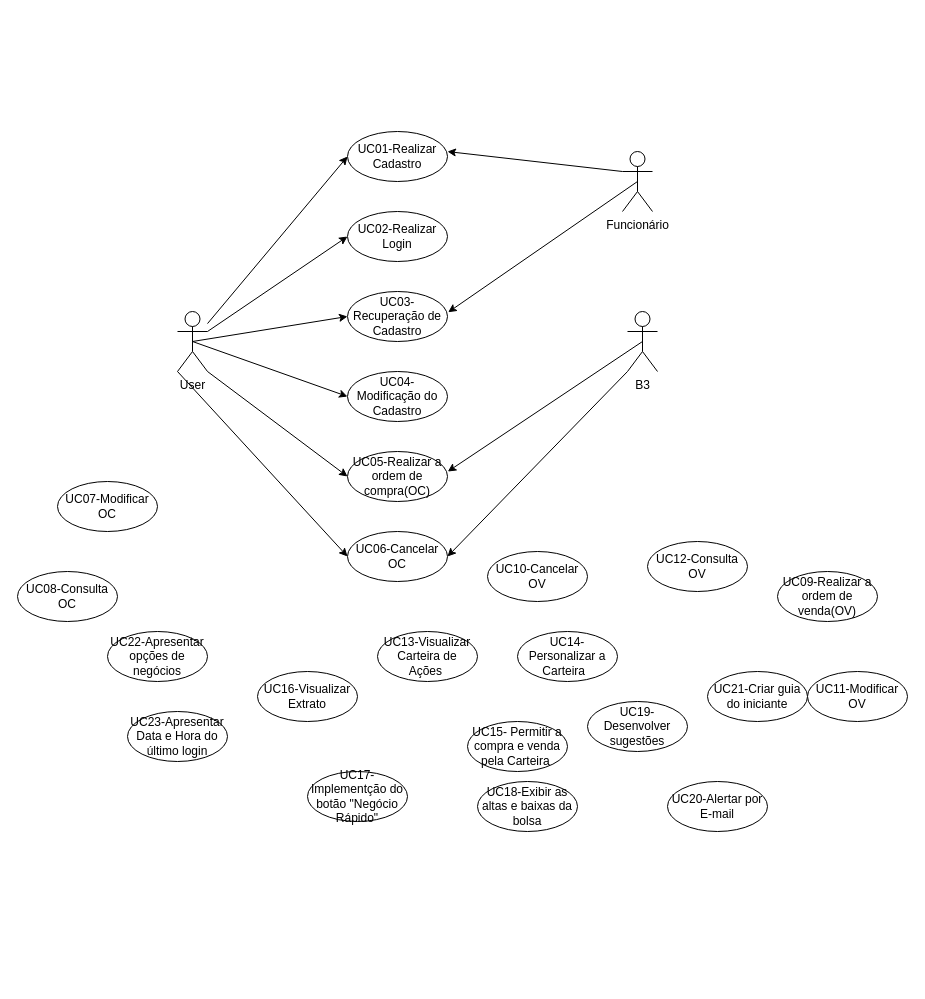
Before: Casos de Uso.drawio in JesCat16/Projeto01_Modelagem_De_Software, a draw.io diagram. Source tidied: cells renumbered, new cells numbered last; positions are measured from the earlier drawing's top-left corner, leaving out a move shared by most shapes. Both pictures are drawn from the tidied source at 100%, with x=0, y=0 at pixel (17, 131).
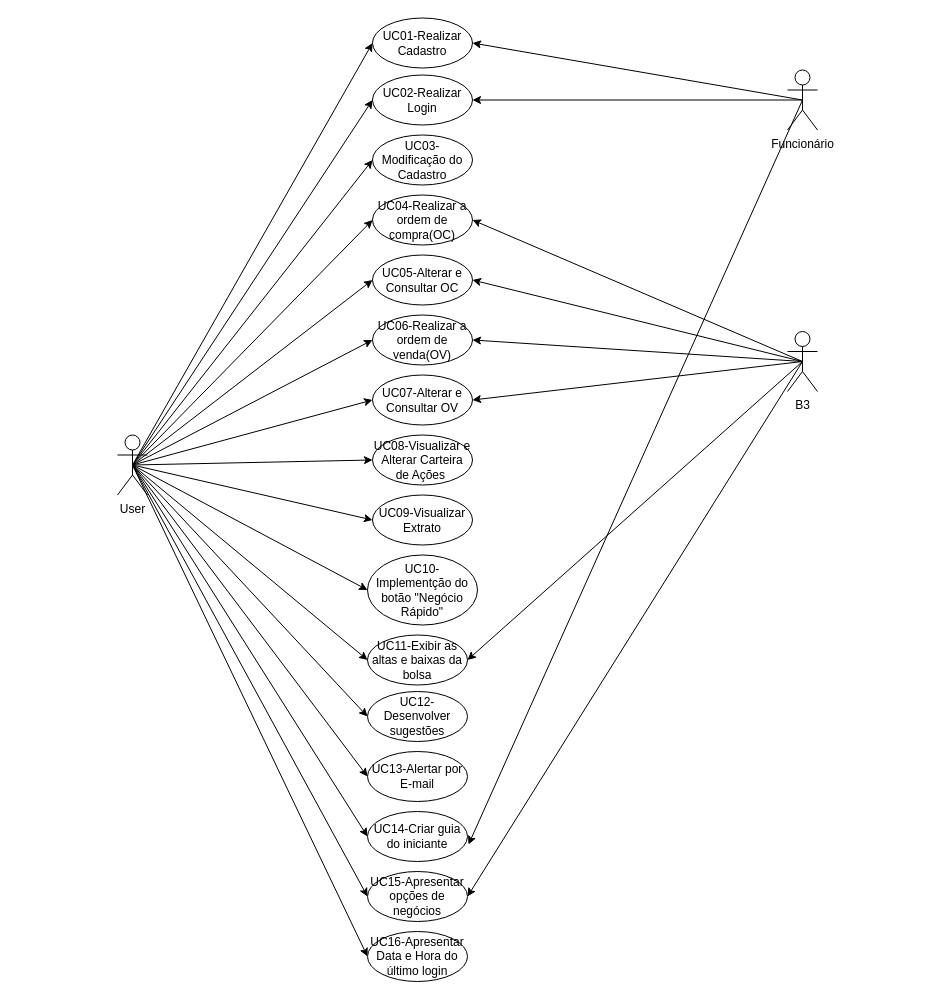
Above is the later version.

Diff of the diagram source:
```diff
@@
-    <mxCell id="2" style="rounded=0;jettySize=auto;html=1;exitX=0.5;exitY=0.5;exitDx=0;exitDy=0;exitPerimeter=0;entryX=0;entryY=0.5;entryDx=0;entryDy=0;" parent="1" edge="1" source="7" target="13">
-      <mxGeometry relative="1" as="geometry" />
-    </mxCell>
+    <mxCell id="38" style="edgeStyle=none;rounded=0;jettySize=auto;html=1;exitX=0.5;exitY=0.5;exitDx=0;exitDy=0;exitPerimeter=0;entryX=0;entryY=0.5;entryDx=0;entryDy=0;" parent="1" edge="1" source="7" target="11">
+      <mxGeometry relative="1" as="geometry" />
+    </mxCell>
-    <mxCell id="3" style="rounded=0;jettySize=auto;html=1;exitX=1;exitY=0.3333333333333333;exitDx=0;exitDy=0;exitPerimeter=0;entryX=0;entryY=0.5;entryDx=0;entryDy=0;" parent="1" edge="1" source="7" target="12">
+    <mxCell id="3" style="edgeStyle=none;rounded=0;jettySize=auto;html=1;exitX=0.5;exitY=0.5;exitDx=0;exitDy=0;exitPerimeter=0;entryX=0;entryY=0.5;entryDx=0;entryDy=0;" parent="1" edge="1" source="7" target="12">
       <mxGeometry relative="1" as="geometry" />
     </mxCell>
-    <mxCell id="4" style="rounded=0;jettySize=auto;html=1;exitX=0.5;exitY=0.5;exitDx=0;exitDy=0;exitPerimeter=0;entryX=0;entryY=0.5;entryDx=0;entryDy=0;" parent="1" edge="1" source="7" target="14">
+    <mxCell id="4" style="edgeStyle=none;rounded=0;jettySize=auto;html=1;exitX=0.5;exitY=0.5;exitDx=0;exitDy=0;exitPerimeter=0;entryX=0;entryY=0.5;entryDx=0;entryDy=0;" parent="1" edge="1" source="7" target="14">
       <mxGeometry relative="1" as="geometry" />
     </mxCell>
-    <mxCell id="5" style="rounded=0;jettySize=auto;html=1;exitX=1;exitY=1;exitDx=0;exitDy=0;exitPerimeter=0;entryX=0;entryY=0.5;entryDx=0;entryDy=0;" parent="1" edge="1" source="7" target="15">
+    <mxCell id="5" style="edgeStyle=none;rounded=0;jettySize=auto;html=1;exitX=0.5;exitY=0.5;exitDx=0;exitDy=0;exitPerimeter=0;entryX=0;entryY=0.5;entryDx=0;entryDy=0;" parent="1" edge="1" source="7" target="15">
       <mxGeometry relative="1" as="geometry" />
     </mxCell>
-    <mxCell id="6" style="rounded=0;jettySize=auto;html=1;exitX=0;exitY=1;exitDx=0;exitDy=0;exitPerimeter=0;entryX=0;entryY=0.5;entryDx=0;entryDy=0;" parent="1" edge="1" source="7" target="16">
+    <mxCell id="6" style="edgeStyle=none;rounded=0;jettySize=auto;html=1;exitX=0.5;exitY=0.5;exitDx=0;exitDy=0;exitPerimeter=0;entryX=0;entryY=0.5;entryDx=0;entryDy=0;" parent="1" edge="1" source="7" target="16">
       <mxGeometry relative="1" as="geometry" />
     </mxCell>
+    <mxCell id="39" style="edgeStyle=none;rounded=0;jettySize=auto;html=1;exitX=0.5;exitY=0.5;exitDx=0;exitDy=0;exitPerimeter=0;entryX=0;entryY=0.5;entryDx=0;entryDy=0;" parent="1" edge="1" source="7" target="19">
+      <mxGeometry relative="1" as="geometry" />
+    </mxCell>
+    <mxCell id="40" style="edgeStyle=none;rounded=0;jettySize=auto;html=1;exitX=0.5;exitY=0.5;exitDx=0;exitDy=0;exitPerimeter=0;entryX=0;entryY=0.5;entryDx=0;entryDy=0;" parent="1" edge="1" source="7" target="23">
+      <mxGeometry relative="1" as="geometry" />
+    </mxCell>
+    <mxCell id="41" style="edgeStyle=none;rounded=0;jettySize=auto;html=1;exitX=0.5;exitY=0.5;exitDx=0;exitDy=0;exitPerimeter=0;entryX=0;entryY=0.5;entryDx=0;entryDy=0;" parent="1" edge="1" source="7" target="20">
+      <mxGeometry relative="1" as="geometry" />
+    </mxCell>
+    <mxCell id="42" style="edgeStyle=none;rounded=0;jettySize=auto;html=1;exitX=0.5;exitY=0.5;exitDx=0;exitDy=0;exitPerimeter=0;entryX=0;entryY=0.5;entryDx=0;entryDy=0;" parent="1" edge="1" source="7" target="26">
+      <mxGeometry relative="1" as="geometry" />
+    </mxCell>
+    <mxCell id="43" style="edgeStyle=none;rounded=0;jettySize=auto;html=1;exitX=0.5;exitY=0.5;exitDx=0;exitDy=0;exitPerimeter=0;entryX=0;entryY=0.5;entryDx=0;entryDy=0;" parent="1" edge="1" source="7" target="27">
+      <mxGeometry relative="1" as="geometry" />
+    </mxCell>
+    <mxCell id="44" style="edgeStyle=none;rounded=0;jettySize=auto;html=1;exitX=0.5;exitY=0.5;exitDx=0;exitDy=0;exitPerimeter=0;entryX=0;entryY=0.5;entryDx=0;entryDy=0;" parent="1" edge="1" source="7" target="28">
+      <mxGeometry relative="1" as="geometry" />
+    </mxCell>
+    <mxCell id="45" style="edgeStyle=none;rounded=0;jettySize=auto;html=1;exitX=0.5;exitY=0.5;exitDx=0;exitDy=0;exitPerimeter=0;entryX=0;entryY=0.5;entryDx=0;entryDy=0;" parent="1" edge="1" source="7" target="29">
+      <mxGeometry relative="1" as="geometry" />
+    </mxCell>
+    <mxCell id="46" style="edgeStyle=none;rounded=0;jettySize=auto;html=1;exitX=0.5;exitY=0.5;exitDx=0;exitDy=0;exitPerimeter=0;entryX=0;entryY=0.5;entryDx=0;entryDy=0;" parent="1" edge="1" source="7" target="30">
+      <mxGeometry relative="1" as="geometry" />
+    </mxCell>
+    <mxCell id="47" style="edgeStyle=none;rounded=0;jettySize=auto;html=1;exitX=0.5;exitY=0.5;exitDx=0;exitDy=0;exitPerimeter=0;entryX=0;entryY=0.5;entryDx=0;entryDy=0;" parent="1" edge="1" source="7" target="31">
+      <mxGeometry relative="1" as="geometry" />
+    </mxCell>
+    <mxCell id="48" style="edgeStyle=none;rounded=0;jettySize=auto;html=1;exitX=0.5;exitY=0.5;exitDx=0;exitDy=0;exitPerimeter=0;entryX=0;entryY=0.5;entryDx=0;entryDy=0;" parent="1" edge="1" source="7" target="32">
+      <mxGeometry relative="1" as="geometry" />
+    </mxCell>
+    <mxCell id="49" style="edgeStyle=none;rounded=0;jettySize=auto;html=1;exitX=0.5;exitY=0.5;exitDx=0;exitDy=0;exitPerimeter=0;entryX=0;entryY=0.5;entryDx=0;entryDy=0;" parent="1" edge="1" source="7" target="33">
+      <mxGeometry relative="1" as="geometry" />
+    </mxCell>
     <mxCell id="7" value="User" style="shape=umlActor;verticalLabelPosition=bottom;verticalAlign=top;html=1;outlineConnect=0;" parent="1" vertex="1">
-      <mxGeometry x="160" y="180" width="30" height="60" as="geometry" />
+      <mxGeometry x="100" y="303.5" width="30" height="60" as="geometry" />
     </mxCell>
+    <mxCell id="37" style="edgeStyle=none;rounded=0;jettySize=auto;html=1;exitX=0.5;exitY=0.5;exitDx=0;exitDy=0;exitPerimeter=0;entryX=1;entryY=0.5;entryDx=0;entryDy=0;" parent="1" edge="1" source="9" target="15">
+      <mxGeometry relative="1" as="geometry" />
+    </mxCell>
-    <mxCell id="8" style="rounded=0;jettySize=auto;html=1;exitX=0;exitY=1;exitDx=0;exitDy=0;exitPerimeter=0;entryX=1;entryY=0.5;entryDx=0;entryDy=0;" parent="1" edge="1" source="9" target="16">
+    <mxCell id="8" style="edgeStyle=none;rounded=0;jettySize=auto;html=1;exitX=0.5;exitY=0.5;exitDx=0;exitDy=0;exitPerimeter=0;entryX=1;entryY=0.5;entryDx=0;entryDy=0;" parent="1" edge="1" source="9" target="16">
       <mxGeometry relative="1" as="geometry" />
     </mxCell>
+    <mxCell id="50" style="edgeStyle=none;rounded=0;jettySize=auto;html=1;exitX=0.5;exitY=0.5;exitDx=0;exitDy=0;exitPerimeter=0;entryX=1;entryY=0.5;entryDx=0;entryDy=0;" parent="1" edge="1" source="9" target="19">
+      <mxGeometry relative="1" as="geometry" />
+    </mxCell>
+    <mxCell id="51" style="edgeStyle=none;rounded=0;jettySize=auto;html=1;exitX=0.5;exitY=0.5;exitDx=0;exitDy=0;exitPerimeter=0;entryX=1;entryY=0.5;entryDx=0;entryDy=0;" parent="1" edge="1" source="9" target="20">
+      <mxGeometry relative="1" as="geometry" />
+    </mxCell>
+    <mxCell id="52" style="edgeStyle=none;rounded=0;jettySize=auto;html=1;exitX=0.5;exitY=0.5;exitDx=0;exitDy=0;exitPerimeter=0;entryX=1;entryY=0.5;entryDx=0;entryDy=0;" parent="1" edge="1" source="9" target="28">
+      <mxGeometry relative="1" as="geometry" />
+    </mxCell>
+    <mxCell id="53" style="edgeStyle=none;rounded=0;jettySize=auto;html=1;exitX=0.5;exitY=0.5;exitDx=0;exitDy=0;exitPerimeter=0;entryX=1;entryY=0.5;entryDx=0;entryDy=0;" parent="1" edge="1" source="9" target="32">
+      <mxGeometry relative="1" as="geometry" />
+    </mxCell>
     <mxCell id="9" value="B3" style="shape=umlActor;verticalLabelPosition=bottom;verticalAlign=top;html=1;outlineConnect=0;" parent="1" vertex="1">
-      <mxGeometry x="610" y="180" width="30" height="60" as="geometry" />
+      <mxGeometry x="770" y="200" width="30" height="60" as="geometry" />
     </mxCell>
-    <mxCell id="10" style="rounded=0;jettySize=auto;html=1;exitX=0;exitY=0.5;exitDx=0;exitDy=0;startArrow=classic;startFill=1;endArrow=none;endFill=0;" parent="1" edge="1" source="11" target="7">
-      <mxGeometry relative="1" as="geometry" />
-    </mxCell>
     <mxCell id="11" value="UC01-Realizar Cadastro" style="ellipse;whiteSpace=wrap;html=1;" parent="1" vertex="1">
-      <mxGeometry x="330" width="100" height="50" as="geometry" />
+      <mxGeometry x="355" y="-113.5" width="100" height="50" as="geometry" />
     </mxCell>
     <mxCell id="12" value="UC02-Realizar Login" style="ellipse;whiteSpace=wrap;html=1;" parent="1" vertex="1">
-      <mxGeometry x="330" y="80" width="100" height="50" as="geometry" />
+      <mxGeometry x="355" y="-56.5" width="100" height="50" as="geometry" />
     </mxCell>
-    <mxCell id="13" value="UC03-Recuperação de Cadastro" style="ellipse;whiteSpace=wrap;html=1;" parent="1" vertex="1">
-      <mxGeometry x="330" y="160" width="100" height="50" as="geometry" />
-    </mxCell>
-    <mxCell id="14" value="UC04-Modificação do Cadastro" style="ellipse;whiteSpace=wrap;html=1;" parent="1" vertex="1">
-      <mxGeometry x="330" y="240" width="100" height="50" as="geometry" />
+    <mxCell id="14" value="UC03-Modificação do Cadastro" style="ellipse;whiteSpace=wrap;html=1;" parent="1" vertex="1">
+      <mxGeometry x="355" y="3.5" width="100" height="50" as="geometry" />
     </mxCell>
-    <mxCell id="15" value="UC05-Realizar a ordem de compra(OC)" style="ellipse;whiteSpace=wrap;html=1;" parent="1" vertex="1">
-      <mxGeometry x="330" y="320" width="100" height="50" as="geometry" />
+    <mxCell id="15" value="UC04-Realizar a ordem de compra(OC)" style="ellipse;whiteSpace=wrap;html=1;" parent="1" vertex="1">
+      <mxGeometry x="355" y="63.5" width="100" height="50" as="geometry" />
     </mxCell>
-    <mxCell id="16" value="UC06-Cancelar OC" style="ellipse;whiteSpace=wrap;html=1;" parent="1" vertex="1">
-      <mxGeometry x="330" y="400" width="100" height="50" as="geometry" />
+    <mxCell id="16" value="UC05-Alterar e Consultar OC" style="ellipse;whiteSpace=wrap;html=1;" parent="1" vertex="1">
+      <mxGeometry x="355" y="123.5" width="100" height="50" as="geometry" />
     </mxCell>
-    <mxCell id="17" value="UC07-Modificar OC" style="ellipse;whiteSpace=wrap;html=1;" parent="1" vertex="1">
-      <mxGeometry x="40" y="350" width="100" height="50" as="geometry" />
-    </mxCell>
-    <mxCell id="18" value="UC08-Consulta OC" style="ellipse;whiteSpace=wrap;html=1;" parent="1" vertex="1">
-      <mxGeometry y="440" width="100" height="50" as="geometry" />
-    </mxCell>
-    <mxCell id="19" value="UC09-Realizar a ordem de venda(OV)" style="ellipse;whiteSpace=wrap;html=1;" parent="1" vertex="1">
-      <mxGeometry x="760" y="440" width="100" height="50" as="geometry" />
+    <mxCell id="19" value="UC06-Realizar a ordem de venda(OV)" style="ellipse;whiteSpace=wrap;html=1;" parent="1" vertex="1">
+      <mxGeometry x="355" y="183.5" width="100" height="50" as="geometry" />
     </mxCell>
-    <mxCell id="20" value="UC10-Cancelar OV" style="ellipse;whiteSpace=wrap;html=1;" parent="1" vertex="1">
-      <mxGeometry x="470" y="420" width="100" height="50" as="geometry" />
+    <mxCell id="20" value="UC07-Alterar e Consultar&amp;nbsp;OV" style="ellipse;whiteSpace=wrap;html=1;" parent="1" vertex="1">
+      <mxGeometry x="355" y="243.5" width="100" height="50" as="geometry" />
     </mxCell>
-    <mxCell id="21" value="UC11-Modificar OV" style="ellipse;whiteSpace=wrap;html=1;" parent="1" vertex="1">
-      <mxGeometry x="790" y="540" width="100" height="50" as="geometry" />
-    </mxCell>
-    <mxCell id="22" value="UC12-Consulta OV" style="ellipse;whiteSpace=wrap;html=1;" parent="1" vertex="1">
-      <mxGeometry x="630" y="410" width="100" height="50" as="geometry" />
-    </mxCell>
-    <mxCell id="23" value="UC13-Visualizar Carteira de Ações&amp;nbsp;" style="ellipse;whiteSpace=wrap;html=1;" parent="1" vertex="1">
-      <mxGeometry x="360" y="500" width="100" height="50" as="geometry" />
+    <mxCell id="23" value="UC08-Visualizar e Alterar Carteira de Ações&amp;nbsp;" style="ellipse;whiteSpace=wrap;html=1;" parent="1" vertex="1">
+      <mxGeometry x="355" y="303.5" width="100" height="50" as="geometry" />
     </mxCell>
-    <mxCell id="24" value="UC14-Personalizar a Carteira&amp;nbsp;&amp;nbsp;" style="ellipse;whiteSpace=wrap;html=1;" parent="1" vertex="1">
-      <mxGeometry x="500" y="500" width="100" height="50" as="geometry" />
-    </mxCell>
-    <mxCell id="25" value="UC15- Permitir a compra e venda pela Carteira&amp;nbsp;" style="ellipse;whiteSpace=wrap;html=1;" parent="1" vertex="1">
-      <mxGeometry x="450" y="590" width="100" height="50" as="geometry" />
-    </mxCell>
-    <mxCell id="26" value="UC16-Visualizar Extrato" style="ellipse;whiteSpace=wrap;html=1;" parent="1" vertex="1">
-      <mxGeometry x="240" y="540" width="100" height="50" as="geometry" />
+    <mxCell id="26" value="UC09-Visualizar Extrato" style="ellipse;whiteSpace=wrap;html=1;" parent="1" vertex="1">
+      <mxGeometry x="355" y="363.5" width="100" height="50" as="geometry" />
     </mxCell>
-    <mxCell id="27" value="UC17-Implementção do botão &quot;Negócio Rápido&quot;" style="ellipse;whiteSpace=wrap;html=1;" parent="1" vertex="1">
-      <mxGeometry x="290" y="640" width="100" height="50" as="geometry" />
+    <mxCell id="27" value="UC10-Implementção do botão &quot;Negócio Rápido&quot;" style="ellipse;whiteSpace=wrap;html=1;" parent="1" vertex="1">
+      <mxGeometry x="350" y="423.5" width="110" height="70" as="geometry" />
     </mxCell>
-    <mxCell id="28" value="UC18-Exibir as altas e baixas da bolsa" style="ellipse;whiteSpace=wrap;html=1;" parent="1" vertex="1">
-      <mxGeometry x="460" y="650" width="100" height="50" as="geometry" />
+    <mxCell id="28" value="UC11-Exibir as altas e baixas da bolsa" style="ellipse;whiteSpace=wrap;html=1;" parent="1" vertex="1">
+      <mxGeometry x="350" y="503.5" width="100" height="50" as="geometry" />
     </mxCell>
-    <mxCell id="29" value="UC19-Desenvolver sugestões" style="ellipse;whiteSpace=wrap;html=1;" parent="1" vertex="1">
-      <mxGeometry x="570" y="570" width="100" height="50" as="geometry" />
+    <mxCell id="29" value="UC12-Desenvolver sugestões" style="ellipse;whiteSpace=wrap;html=1;" parent="1" vertex="1">
+      <mxGeometry x="350" y="560" width="100" height="50" as="geometry" />
     </mxCell>
-    <mxCell id="30" value="UC20-Alertar por E-mail" style="ellipse;whiteSpace=wrap;html=1;" parent="1" vertex="1">
-      <mxGeometry x="650" y="650" width="100" height="50" as="geometry" />
+    <mxCell id="30" value="UC13-Alertar por E-mail" style="ellipse;whiteSpace=wrap;html=1;" parent="1" vertex="1">
+      <mxGeometry x="350" y="620" width="100" height="50" as="geometry" />
     </mxCell>
-    <mxCell id="31" value="UC21-Criar guia do iniciante" style="ellipse;whiteSpace=wrap;html=1;" parent="1" vertex="1">
-      <mxGeometry x="690" y="540" width="100" height="50" as="geometry" />
+    <mxCell id="31" value="UC14-Criar guia do iniciante" style="ellipse;whiteSpace=wrap;html=1;" parent="1" vertex="1">
+      <mxGeometry x="350" y="680" width="100" height="50" as="geometry" />
     </mxCell>
-    <mxCell id="32" value="UC22-Apresentar opções de negócios" style="ellipse;whiteSpace=wrap;html=1;" parent="1" vertex="1">
-      <mxGeometry x="90" y="500" width="100" height="50" as="geometry" />
+    <mxCell id="32" value="UC15-Apresentar opções de negócios" style="ellipse;whiteSpace=wrap;html=1;" parent="1" vertex="1">
+      <mxGeometry x="350" y="740" width="100" height="50" as="geometry" />
     </mxCell>
-    <mxCell id="33" value="UC23-Apresentar Data e Hora do último login" style="ellipse;whiteSpace=wrap;html=1;" parent="1" vertex="1">
-      <mxGeometry x="110" y="580" width="100" height="50" as="geometry" />
+    <mxCell id="33" value="UC16-Apresentar Data e Hora do último login" style="ellipse;whiteSpace=wrap;html=1;" parent="1" vertex="1">
+      <mxGeometry x="350" y="800" width="100" height="50" as="geometry" />
     </mxCell>
+    <mxCell id="35" style="edgeStyle=none;rounded=0;jettySize=auto;html=1;exitX=0.5;exitY=0.5;exitDx=0;exitDy=0;exitPerimeter=0;entryX=1;entryY=0.5;entryDx=0;entryDy=0;" parent="1" edge="1" source="34" target="11">
+      <mxGeometry relative="1" as="geometry" />
+    </mxCell>
+    <mxCell id="54" style="edgeStyle=none;rounded=0;jettySize=auto;html=1;exitX=0.5;exitY=0.5;exitDx=0;exitDy=0;exitPerimeter=0;entryX=1;entryY=0.5;entryDx=0;entryDy=0;" parent="1" edge="1" source="34" target="12">
+      <mxGeometry relative="1" as="geometry" />
+    </mxCell>
     <mxCell id="34" value="Funcionário" style="shape=umlActor;verticalLabelPosition=bottom;verticalAlign=top;html=1;outlineConnect=0;" parent="1" vertex="1">
-      <mxGeometry x="605" y="20" width="30" height="60" as="geometry" />
+      <mxGeometry x="770" y="-61.5" width="30" height="60" as="geometry" />
     </mxCell>
-    <mxCell id="35" style="rounded=0;jettySize=auto;html=1;exitX=0;exitY=0.3333333333333333;exitDx=0;exitDy=0;exitPerimeter=0;entryX=1;entryY=0.401;entryDx=0;entryDy=0;entryPerimeter=0;" parent="1" edge="1" source="34" target="11">
-      <mxGeometry relative="1" as="geometry" />
-    </mxCell>
-    <mxCell id="36" style="rounded=0;jettySize=auto;html=1;exitX=0.5;exitY=0.5;exitDx=0;exitDy=0;exitPerimeter=0;entryX=1.007;entryY=0.415;entryDx=0;entryDy=0;entryPerimeter=0;" parent="1" edge="1" source="34" target="13">
-      <mxGeometry relative="1" as="geometry" />
-    </mxCell>
-    <mxCell id="37" style="rounded=0;jettySize=auto;html=1;exitX=0.5;exitY=0.5;exitDx=0;exitDy=0;exitPerimeter=0;entryX=1.003;entryY=0.401;entryDx=0;entryDy=0;entryPerimeter=0;" parent="1" edge="1" source="9" target="15">
-      <mxGeometry relative="1" as="geometry" />
-    </mxCell>
+    <mxCell id="55" style="edgeStyle=none;rounded=0;jettySize=auto;html=1;exitX=0.5;exitY=0.5;exitDx=0;exitDy=0;exitPerimeter=0;entryX=1.01;entryY=0.66;entryDx=0;entryDy=0;entryPerimeter=0;" parent="1" edge="1" source="34" target="31">
+      <mxGeometry relative="1" as="geometry" />
+    </mxCell>
```
